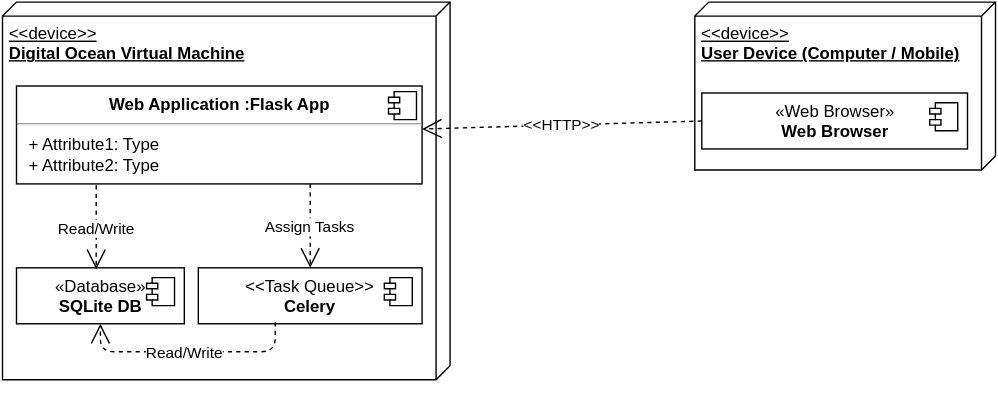
This is images/diagrams/deployment.svg from UCL-CS35/group35, a draw.io export, as it was before one commit. Source tidied: cells renumbered, new cells last; positions are measured from the earlier drawing's top-left corner, leaving out a move shared by most shapes.
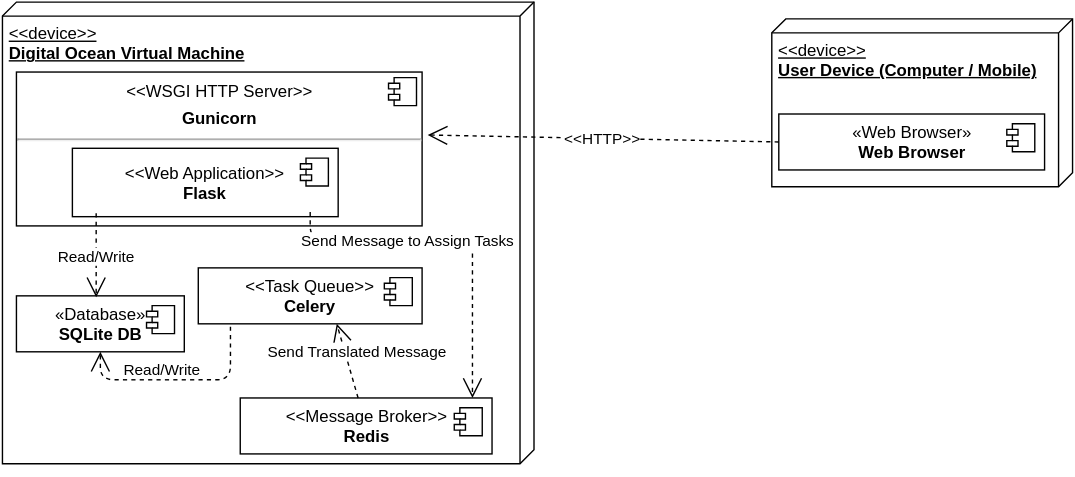
The same diagram one commit later.

The edit, as a diff of the source:
```diff
@@ -3,42 +3,44 @@
     <mxCell id="0" />
     <mxCell id="1" parent="0" />
     <mxCell id="2" value="&amp;lt;&amp;lt;device&amp;gt;&amp;gt;&lt;div&gt;&lt;b&gt;Digital Ocean Virtual Machine&lt;/b&gt;&lt;/div&gt;" style="verticalAlign=top;align=left;spacingTop=8;spacingLeft=2;spacingRight=12;shape=cube;size=10;direction=south;fontStyle=4;html=1;" parent="1" vertex="1">
-      <mxGeometry width="320" height="270" as="geometry" />
+      <mxGeometry width="380" height="330" as="geometry" />
     </mxCell>
-    <mxCell id="3" value="&lt;p style=&quot;margin: 0px ; margin-top: 6px ; text-align: center&quot;&gt;&lt;b&gt;Web Application :Flask App&lt;/b&gt;&lt;/p&gt;&lt;hr&gt;&lt;p style=&quot;margin: 0px ; margin-left: 8px&quot;&gt;+ Attribute1: Type&lt;br&gt;+ Attribute2: Type&lt;/p&gt;" style="align=left;overflow=fill;html=1;" parent="1" vertex="1">
-      <mxGeometry x="10" y="60" width="290" height="70" as="geometry" />
+    <mxCell id="3" value="&lt;p style=&quot;margin: 0px ; margin-top: 6px ; text-align: center&quot;&gt;&amp;lt;&amp;lt;WSGI HTTP Server&amp;gt;&amp;gt;&lt;/p&gt;&lt;p style=&quot;margin: 0px ; margin-top: 6px ; text-align: center&quot;&gt;&lt;b&gt;Gunicorn&lt;/b&gt;&lt;/p&gt;&lt;hr&gt;&lt;p style=&quot;margin: 0px ; margin-left: 8px&quot;&gt;&lt;br&gt;&lt;/p&gt;" style="align=left;overflow=fill;html=1;" parent="1" vertex="1">
+      <mxGeometry x="10" y="50" width="290" height="110" as="geometry" />
     </mxCell>
     <mxCell id="4" style="shape=component;jettyWidth=8;jettyHeight=4;" parent="3" vertex="1">
       <mxGeometry x="1" width="20" height="20" relative="1" as="geometry">
         <mxPoint x="-24" y="4" as="offset" />
       </mxGeometry>
     </mxCell>
-    <mxCell id="5" style="shape=component;jettyWidth=8;jettyHeight=4;" parent="1" vertex="1">
-      <mxGeometry x="276" y="64" width="20" height="20" as="geometry">
-        <mxPoint x="-24" y="4" as="offset" />
-      </mxGeometry>
+    <mxCell id="5" value="&amp;lt;&amp;lt;Web Application&amp;gt;&amp;gt;&lt;div&gt;&lt;b&gt;Flask&lt;/b&gt;&lt;/div&gt;" style="html=1;" parent="3" vertex="1">
+      <mxGeometry x="40" y="54.5" width="190" height="48.9" as="geometry" />
     </mxCell>
-    <mxCell id="6" value="«Database»&lt;br&gt;&lt;b&gt;SQLite DB&lt;/b&gt;" style="html=1;" parent="1" vertex="1">
-      <mxGeometry x="10" y="190" width="120" height="40" as="geometry" />
+    <mxCell id="6" style="shape=component;jettyWidth=8;jettyHeight=4;" parent="5" vertex="1">
+      <mxGeometry x="1" width="20" height="20" relative="1" as="geometry">
+        <mxPoint x="-27" y="7" as="offset" />
+      </mxGeometry>
     </mxCell>
-    <mxCell id="7" style="shape=component;jettyWidth=8;jettyHeight=4;" parent="6" vertex="1">
-      <mxGeometry x="1" width="20" height="20" relative="1" as="geometry">
-        <mxPoint x="-27" y="7" as="offset" />
+    <mxCell id="7" style="shape=component;jettyWidth=8;jettyHeight=4;" parent="1" vertex="1">
+      <mxGeometry x="276" y="54" width="20" height="20" as="geometry">
+        <mxPoint x="-24" y="4" as="offset" />
       </mxGeometry>
     </mxCell>
-    <mxCell id="8" style="shape=component;jettyWidth=8;jettyHeight=4;" parent="1" vertex="1">
-      <mxGeometry x="103" y="197" width="20" height="20" as="geometry">
-        <mxPoint x="-27" y="7" as="offset" />
-      </mxGeometry>
+    <mxCell id="8" value="&amp;lt;&amp;lt;Web Application&amp;gt;&amp;gt;&lt;div&gt;&lt;b&gt;Flask&lt;/b&gt;&lt;/div&gt;" style="html=1;" parent="1" vertex="1">
+      <mxGeometry x="50" y="104.5" width="190" height="48.9" as="geometry" />
     </mxCell>
-    <mxCell id="9" style="edgeStyle=orthogonalEdgeStyle;rounded=0;html=1;exitX=1;exitY=0.5;jettySize=auto;orthogonalLoop=1;" parent="1" edge="1" source="2" target="2">
-      <mxGeometry x="250" y="400" as="geometry" />
+    <mxCell id="9" style="shape=component;jettyWidth=8;jettyHeight=4;" parent="8" vertex="1">
+      <mxGeometry x="1" width="20" height="20" relative="1" as="geometry">
+        <mxPoint x="-27" y="7" as="offset" />
+      </mxGeometry>
     </mxCell>
-    <mxCell id="10" value="&amp;lt;&amp;lt;device&amp;gt;&amp;gt;&lt;div&gt;&lt;b&gt;User Device (Computer / Mobile)&lt;/b&gt;&lt;/div&gt;" style="verticalAlign=top;align=left;spacingTop=8;spacingLeft=2;spacingRight=12;shape=cube;size=10;direction=south;fontStyle=4;html=1;" parent="1" vertex="1">
-      <mxGeometry x="495" width="215" height="120" as="geometry" />
+    <mxCell id="10" style="shape=component;jettyWidth=8;jettyHeight=4;" parent="1" vertex="1">
+      <mxGeometry x="213" y="111.5" width="20" height="20" as="geometry">
+        <mxPoint x="-27" y="7" as="offset" />
+      </mxGeometry>
     </mxCell>
-    <mxCell id="11" value="«Web Browser»&lt;br&gt;&lt;b&gt;Web Browser&lt;/b&gt;" style="html=1;" parent="1" vertex="1">
-      <mxGeometry x="500" y="65" width="190" height="40" as="geometry" />
+    <mxCell id="11" value="«Database»&lt;br&gt;&lt;b&gt;SQLite DB&lt;/b&gt;" style="html=1;" parent="1" vertex="1">
+      <mxGeometry x="10" y="210" width="120" height="40" as="geometry" />
     </mxCell>
     <mxCell id="12" style="shape=component;jettyWidth=8;jettyHeight=4;" parent="11" vertex="1">
       <mxGeometry x="1" width="20" height="20" relative="1" as="geometry">
@@ -46,20 +48,18 @@
       </mxGeometry>
     </mxCell>
     <mxCell id="13" style="shape=component;jettyWidth=8;jettyHeight=4;" parent="1" vertex="1">
-      <mxGeometry x="663" y="72" width="20" height="20" as="geometry">
+      <mxGeometry x="103" y="217" width="20" height="20" as="geometry">
         <mxPoint x="-27" y="7" as="offset" />
       </mxGeometry>
     </mxCell>
-    <mxCell id="14" value="&amp;lt;&amp;lt;HTTP&amp;gt;&amp;gt;" style="endArrow=open;endSize=12;dashed=1;html=1;exitX=0;exitY=0.5;" parent="1" edge="1" source="11" target="3">
-      <mxGeometry x="390" y="215" as="geometry" />
+    <mxCell id="14" style="edgeStyle=orthogonalEdgeStyle;rounded=0;html=1;exitX=1;exitY=0.5;jettySize=auto;orthogonalLoop=1;" parent="1" edge="1" source="2" target="2">
+      <mxGeometry x="280" y="460" as="geometry" />
     </mxCell>
-    <mxCell id="15" value="Read/Write" style="endArrow=open;endSize=12;dashed=1;html=1;entryX=0.472;entryY=0.025;entryPerimeter=0;" parent="1" edge="1" target="6">
-      <mxGeometry x="157" y="261" as="geometry">
-        <mxPoint x="67" y="131" as="sourcePoint" />
-      </mxGeometry>
+    <mxCell id="15" value="&amp;lt;&amp;lt;device&amp;gt;&amp;gt;&lt;div&gt;&lt;b&gt;User Device (Computer / Mobile)&lt;/b&gt;&lt;/div&gt;" style="verticalAlign=top;align=left;spacingTop=8;spacingLeft=2;spacingRight=12;shape=cube;size=10;direction=south;fontStyle=4;html=1;" parent="1" vertex="1">
+      <mxGeometry x="550" y="12" width="215" height="120" as="geometry" />
     </mxCell>
-    <mxCell id="16" value="&amp;lt;&amp;lt;Task Queue&amp;gt;&amp;gt;&lt;div&gt;&lt;b&gt;Celery&lt;/b&gt;&lt;/div&gt;" style="html=1;" parent="1" vertex="1">
-      <mxGeometry x="140" y="190" width="160" height="40" as="geometry" />
+    <mxCell id="16" value="«Web Browser»&lt;br&gt;&lt;b&gt;Web Browser&lt;/b&gt;" style="html=1;" parent="1" vertex="1">
+      <mxGeometry x="555" y="80" width="190" height="40" as="geometry" />
     </mxCell>
     <mxCell id="17" style="shape=component;jettyWidth=8;jettyHeight=4;" parent="16" vertex="1">
       <mxGeometry x="1" width="20" height="20" relative="1" as="geometry">
@@ -67,23 +67,65 @@
       </mxGeometry>
     </mxCell>
     <mxCell id="18" style="shape=component;jettyWidth=8;jettyHeight=4;" parent="1" vertex="1">
-      <mxGeometry x="273" y="197" width="20" height="20" as="geometry">
+      <mxGeometry x="718" y="87" width="20" height="20" as="geometry">
         <mxPoint x="-27" y="7" as="offset" />
       </mxGeometry>
     </mxCell>
-    <mxCell id="19" value="Assign Tasks" style="endArrow=open;endSize=12;dashed=1;html=1;entryX=0.5;entryY=0;" parent="1" edge="1" target="16">
-      <mxGeometry x="280" y="260" as="geometry">
-        <mxPoint x="220" y="130" as="sourcePoint" />
-      </mxGeometry>
+    <mxCell id="19" value="&amp;lt;&amp;lt;HTTP&amp;gt;&amp;gt;" style="endArrow=open;endSize=12;dashed=1;html=1;exitX=0;exitY=0.5;entryX=1.014;entryY=0.41;entryPerimeter=0;" parent="1" edge="1" source="16" target="3">
+      <mxGeometry x="394" y="225" as="geometry" />
     </mxCell>
-    <mxCell id="20" value="Read/Write" style="endArrow=open;endSize=12;dashed=1;html=1;exitX=0.344;exitY=0.975;exitPerimeter=0;entryX=0.5;entryY=1;" parent="1" edge="1" source="16" target="6">
-      <mxGeometry as="geometry">
-        <Array as="points">
-          <mxPoint x="195" y="250" />
-          <mxPoint x="70" y="250" />
-        </Array>
-        <mxPoint x="-2" y="21" as="offset" />
+    <mxCell id="20" value="Read/Write" style="endArrow=open;endSize=12;dashed=1;html=1;entryX=0.472;entryY=0.025;entryPerimeter=0;" parent="1" edge="1" target="11">
+      <mxGeometry x="157" y="281" as="geometry">
+        <mxPoint x="67" y="151" as="sourcePoint" />
       </mxGeometry>
     </mxCell>
+    <mxCell id="21" value="&amp;lt;&amp;lt;Task Queue&amp;gt;&amp;gt;&lt;div&gt;&lt;b&gt;Celery&lt;/b&gt;&lt;/div&gt;" style="html=1;" parent="1" vertex="1">
+      <mxGeometry x="140" y="190" width="160" height="40" as="geometry" />
+    </mxCell>
+    <mxCell id="22" style="shape=component;jettyWidth=8;jettyHeight=4;" parent="21" vertex="1">
+      <mxGeometry x="1" width="20" height="20" relative="1" as="geometry">
+        <mxPoint x="-27" y="7" as="offset" />
+      </mxGeometry>
+    </mxCell>
+    <mxCell id="23" style="shape=component;jettyWidth=8;jettyHeight=4;" parent="1" vertex="1">
+      <mxGeometry x="273" y="197" width="20" height="20" as="geometry">
+        <mxPoint x="-27" y="7" as="offset" />
+      </mxGeometry>
+    </mxCell>
+    <mxCell id="24" value="Send Message to Assign Tasks" style="endArrow=open;endSize=12;dashed=1;html=1;entryX=0.922;entryY=0;entryPerimeter=0;" parent="1" edge="1" target="26">
+      <mxGeometry as="geometry">
+        <mxPoint x="220" y="150" as="sourcePoint" />
+        <Array as="points">
+          <mxPoint x="220" y="170" />
+          <mxPoint x="336" y="170" />
+        </Array>
+        <mxPoint x="12" y="-46" as="offset" />
+      </mxGeometry>
+    </mxCell>
+    <mxCell id="25" value="Read/Write" style="endArrow=open;endSize=12;dashed=1;html=1;exitX=0.144;exitY=1.05;exitPerimeter=0;entryX=0.5;entryY=1;" parent="1" edge="1" source="21" target="11">
+      <mxGeometry y="20" as="geometry">
+        <Array as="points">
+          <mxPoint x="163" y="270" />
+          <mxPoint x="70" y="270" />
+        </Array>
+        <mxPoint x="-2" y="21" as="offset" />
+      </mxGeometry>
+    </mxCell>
+    <mxCell id="26" value="&amp;lt;&amp;lt;Message Broker&amp;gt;&amp;gt;&lt;div&gt;&lt;b&gt;Redis&lt;/b&gt;&lt;/div&gt;" style="html=1;" parent="1" vertex="1">
+      <mxGeometry x="170" y="283" width="180" height="40" as="geometry" />
+    </mxCell>
+    <mxCell id="27" style="shape=component;jettyWidth=8;jettyHeight=4;" parent="26" vertex="1">
+      <mxGeometry x="1" width="20" height="20" relative="1" as="geometry">
+        <mxPoint x="-27" y="7" as="offset" />
+      </mxGeometry>
+    </mxCell>
+    <mxCell id="28" style="shape=component;jettyWidth=8;jettyHeight=4;" parent="1" vertex="1">
+      <mxGeometry x="323" y="290" width="20" height="20" as="geometry">
+        <mxPoint x="-27" y="7" as="offset" />
+      </mxGeometry>
+    </mxCell>
+    <mxCell id="29" value="Send Translated Message" style="endArrow=open;endSize=12;dashed=1;html=1;entryX=0.619;entryY=1;entryPerimeter=0;" parent="1" edge="1" source="26" target="21">
+      <mxGeometry x="329" y="360" as="geometry" />
+    </mxCell>
   </root>
 </mxGraphModel>
```
